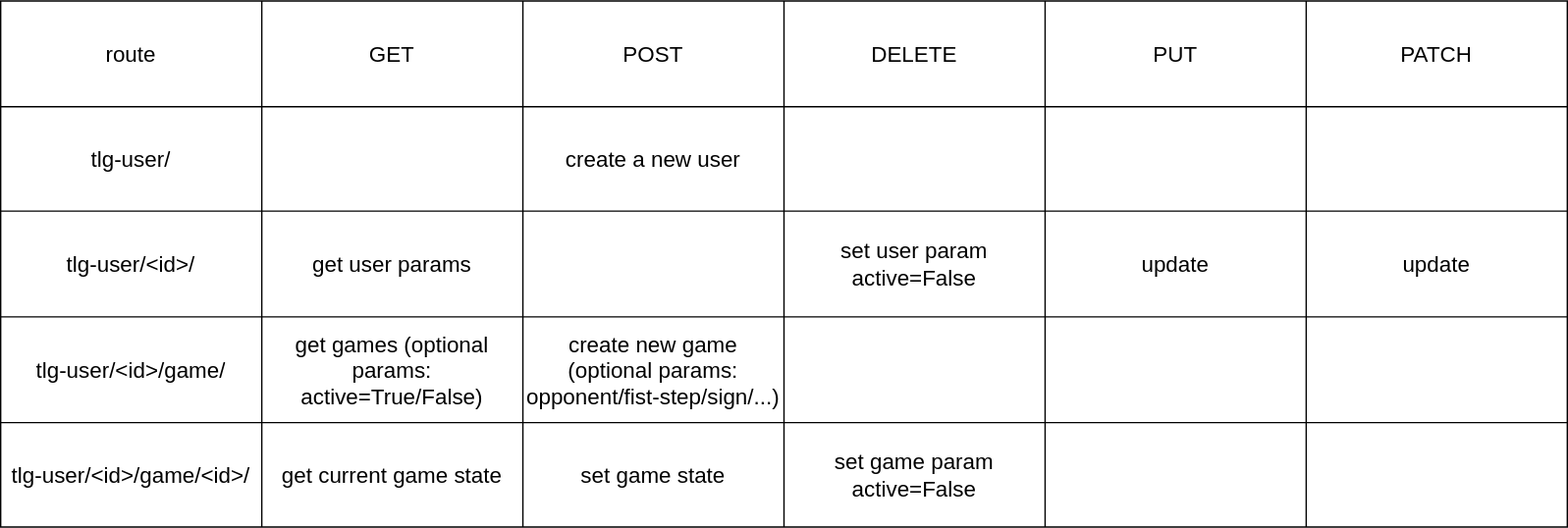
KonstZiv/tic_tac_toe_3x3_tlg_bot keeps this draw.io diagram as docum/endpoints.svg. Above is the earlier version. Source tidied: cells renumbered, new cells last; positions are measured from the earlier drawing's top-left corner, leaving out a move shared by most shapes.
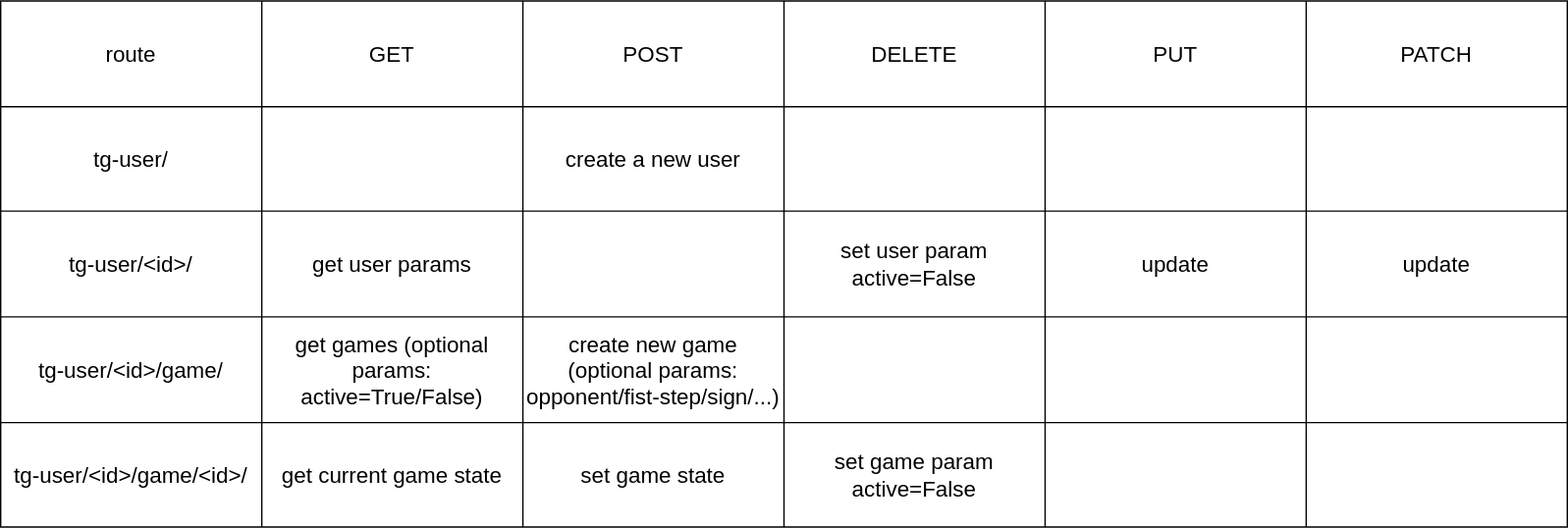
Later version of the same file.

Diff of the diagram source:
```diff
@@ -29,7 +29,7 @@
     <mxCell id="10" style="shape=tableRow;horizontal=0;startSize=0;swimlaneHead=0;swimlaneBody=0;strokeColor=inherit;top=0;left=0;bottom=0;right=0;fillColor=none;fontSize=16;" parent="2" vertex="1">
       <mxGeometry y="77" width="1140" height="76" as="geometry" />
     </mxCell>
-    <mxCell id="11" value="tlg-user/" style="shape=partialRectangle;html=1;whiteSpace=wrap;strokeColor=inherit;overflow=hidden;fillColor=none;top=0;left=0;bottom=0;right=0;fontSize=16;" parent="10" vertex="1">
+    <mxCell id="11" value="tg-user/" style="shape=partialRectangle;html=1;whiteSpace=wrap;strokeColor=inherit;overflow=hidden;fillColor=none;top=0;left=0;bottom=0;right=0;fontSize=16;" parent="10" vertex="1">
       <mxGeometry width="190" height="76" as="geometry" />
     </mxCell>
     <mxCell id="12" style="shape=partialRectangle;html=1;whiteSpace=wrap;strokeColor=inherit;overflow=hidden;fillColor=none;top=0;left=0;bottom=0;right=0;fontSize=16;" parent="10" vertex="1">
@@ -50,7 +50,7 @@
     <mxCell id="17" style="shape=tableRow;horizontal=0;startSize=0;swimlaneHead=0;swimlaneBody=0;strokeColor=inherit;top=0;left=0;bottom=0;right=0;fillColor=none;fontSize=16;" parent="2" vertex="1">
       <mxGeometry y="153" width="1140" height="77" as="geometry" />
     </mxCell>
-    <mxCell id="18" value="tlg-user/&amp;lt;id&amp;gt;/" style="shape=partialRectangle;html=1;whiteSpace=wrap;strokeColor=inherit;overflow=hidden;fillColor=none;top=0;left=0;bottom=0;right=0;fontSize=16;" parent="17" vertex="1">
+    <mxCell id="18" value="tg-user/&amp;lt;id&amp;gt;/" style="shape=partialRectangle;html=1;whiteSpace=wrap;strokeColor=inherit;overflow=hidden;fillColor=none;top=0;left=0;bottom=0;right=0;fontSize=16;" parent="17" vertex="1">
       <mxGeometry width="190" height="77" as="geometry" />
     </mxCell>
     <mxCell id="19" value="get user params" style="shape=partialRectangle;html=1;whiteSpace=wrap;strokeColor=inherit;overflow=hidden;fillColor=none;top=0;left=0;bottom=0;right=0;fontSize=16;" parent="17" vertex="1">
@@ -71,7 +71,7 @@
     <mxCell id="24" style="shape=tableRow;horizontal=0;startSize=0;swimlaneHead=0;swimlaneBody=0;strokeColor=inherit;top=0;left=0;bottom=0;right=0;fillColor=none;fontSize=16;" parent="2" vertex="1">
       <mxGeometry y="230" width="1140" height="77" as="geometry" />
     </mxCell>
-    <mxCell id="25" value="tlg-user/&amp;lt;id&amp;gt;/game/" style="shape=partialRectangle;html=1;whiteSpace=wrap;strokeColor=inherit;overflow=hidden;fillColor=none;top=0;left=0;bottom=0;right=0;fontSize=16;" parent="24" vertex="1">
+    <mxCell id="25" value="tg-user/&amp;lt;id&amp;gt;/game/" style="shape=partialRectangle;html=1;whiteSpace=wrap;strokeColor=inherit;overflow=hidden;fillColor=none;top=0;left=0;bottom=0;right=0;fontSize=16;" parent="24" vertex="1">
       <mxGeometry width="190" height="77" as="geometry" />
     </mxCell>
     <mxCell id="26" value="get games (optional params: active=True/False)" style="shape=partialRectangle;html=1;whiteSpace=wrap;strokeColor=inherit;overflow=hidden;fillColor=none;top=0;left=0;bottom=0;right=0;fontSize=16;" parent="24" vertex="1">
@@ -92,7 +92,7 @@
     <mxCell id="31" style="shape=tableRow;horizontal=0;startSize=0;swimlaneHead=0;swimlaneBody=0;strokeColor=inherit;top=0;left=0;bottom=0;right=0;fillColor=none;fontSize=16;" parent="2" vertex="1">
       <mxGeometry y="307" width="1140" height="76" as="geometry" />
     </mxCell>
-    <mxCell id="32" value="tlg-user/&amp;lt;id&amp;gt;/game/&amp;lt;id&amp;gt;/" style="shape=partialRectangle;html=1;whiteSpace=wrap;strokeColor=inherit;overflow=hidden;fillColor=none;top=0;left=0;bottom=0;right=0;fontSize=16;" parent="31" vertex="1">
+    <mxCell id="32" value="tg-user/&amp;lt;id&amp;gt;/game/&amp;lt;id&amp;gt;/" style="shape=partialRectangle;html=1;whiteSpace=wrap;strokeColor=inherit;overflow=hidden;fillColor=none;top=0;left=0;bottom=0;right=0;fontSize=16;" parent="31" vertex="1">
       <mxGeometry width="190" height="76" as="geometry" />
     </mxCell>
     <mxCell id="33" value="get current game state" style="shape=partialRectangle;html=1;whiteSpace=wrap;strokeColor=inherit;overflow=hidden;fillColor=none;top=0;left=0;bottom=0;right=0;fontSize=16;" parent="31" vertex="1">
```
